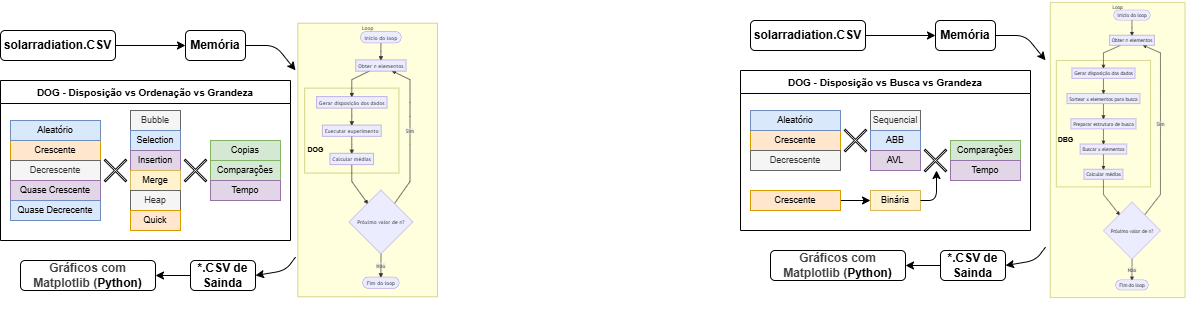
This is fluxograma_metodologia.drawio.png from Marina-MS20/EDI-2026.1, a draw.io export, as it was before one commit. Source tidied: cells renumbered, new cells last; positions are measured from the earlier drawing's top-left corner, leaving out a move shared by most shapes.
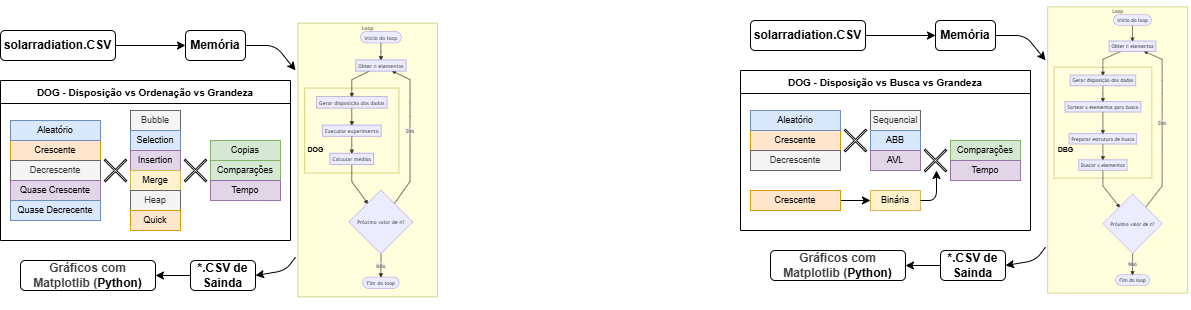
Later version of the same file.

The edit, as a diff of the source:
```diff
@@ -114,7 +114,7 @@
         </Array>
       </mxGeometry>
     </mxCell>
-    <mxCell id="34" value="flowchart TD&#10;&#10;subgraph Loop&#10;    direction TB&#10;&#10;    A([Início do loop]) --&gt; B[Obter n elementos]&#10;&#10;    subgraph .&#10;        direction LR&#10;        C[Gerar disposição dos dados]&#10;        --&gt; D[Sortear x elementos para busca]&#10;        --&gt; E[Preparar estrutura de busca]&#10;        --&gt; H[Buscar x elementos]&#10;        --&gt; I[Calcular médias]&#10;    end&#10;&#10;    B --&gt; C&#10;&#10;    I --&gt; F{Próximo valor de n?}&#10;    F -- Sim --&gt; B&#10;    F -- Não --&gt; G([Fim do loop])&#10;&#10;end&#10;&#10;%% Definição do estilo de negrito&#10;style A font-weight:bold&#10;style B font-weight:bold&#10;style C font-weight:bold&#10;style D font-weight:bold&#10;style E font-weight:bold&#10;style H font-weight:bold&#10;style I font-weight:bold&#10;style F font-weight:bold&#10;style G font-weight:bold" style="shadow=0;dashed=0;align=left;strokeWidth=1;shape=mxgraph.mermaid.abstract.mermaid;labelBackgroundColor=#ffffff;noLabel=1;theme=default;" parent="1" vertex="1">
+    <mxCell id="34" value="flowchart TD&#10;&#10;subgraph Loop&#10;    direction TB&#10;&#10;    A([Início do loop]) --&gt; B[Obter n elementos]&#10;&#10;    subgraph .&#10;        direction LR&#10;        C[Gerar disposição dos dados]&#10;        --&gt; D[Sortear x elementos para busca]&#10;        --&gt; E[Preparar estrutura de busca]&#10;        --&gt; H[Buscar x elementos]&#10;    end&#10;&#10;    B --&gt; C&#10;&#10;    H --&gt; F{Próximo valor de n?}&#10;    F -- Sim --&gt; B&#10;    F -- Não --&gt; G([Fim do loop])&#10;&#10;end&#10;&#10;%% Definição do estilo de negrito&#10;style A font-weight:bold&#10;style B font-weight:bold&#10;style C font-weight:bold&#10;style D font-weight:bold&#10;style E font-weight:bold&#10;style H font-weight:bold&#10;style F font-weight:bold&#10;style G font-weight:bold" style="shadow=0;dashed=0;align=left;strokeWidth=1;shape=mxgraph.mermaid.abstract.mermaid;labelBackgroundColor=#ffffff;noLabel=1;theme=default;" parent="1" vertex="1">
       <mxGeometry x="1045" width="145" height="300" as="geometry" />
     </mxCell>
     <mxCell id="35" style="edgeStyle=none;html=1;entryX=1;entryY=0.5;entryDx=0;entryDy=0;" parent="1" edge="1" source="36" target="53">
@@ -174,7 +174,7 @@
       </mxGeometry>
     </mxCell>
     <mxCell id="52" value="DBG" style="text;html=1;align=center;verticalAlign=middle;strokeColor=none;fillColor=none;fontSize=7;fontStyle=1;" parent="1" vertex="1">
-      <mxGeometry x="1045" y="130" width="40" height="20" as="geometry" />
+      <mxGeometry x="1045" y="140" width="40" height="20" as="geometry" />
     </mxCell>
     <mxCell id="53" value="&lt;b&gt;&lt;span style=&quot;color: rgb(63, 63, 63); background-color: transparent;&quot;&gt;Gráficos com Matplotlib (&lt;/span&gt;Python)&lt;/b&gt;" style="rounded=1;whiteSpace=wrap;html=1;" parent="1" vertex="1">
       <mxGeometry x="770" y="250" width="135" height="30" as="geometry" />
```
